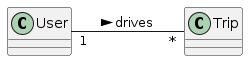
2324-4bhif-syp/2324-4bhif-syp-project-ecopoints keeps this PlantUML diagram as images/cld.png. Above is the earlier version.
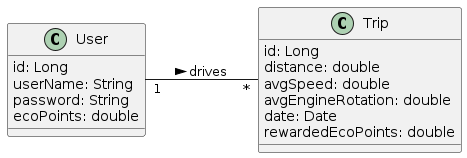
Above is the later version.

Commit message:
Deploying to gh-pages from @ 2324-4bhif-syp/2324-4bhif-syp-project-ecopoints@61c0242794b391e7bec31b41855e3552675ca686 🚀

Change to the diagram source:
```diff
@@ -1,8 +1,21 @@
 @startuml
 left to right direction
 
-class User
-class Trip
+class User{
+    id: Long
+    userName: String
+    password: String
+    ecoPoints: double
+}
+
+class Trip {
+    id: Long
+    distance: double
+    avgSpeed: double
+    avgEngineRotation: double
+    date: Date
+    rewardedEcoPoints: double
+}
 
 User "1" -- "*" Trip : > drives
 @enduml
```
